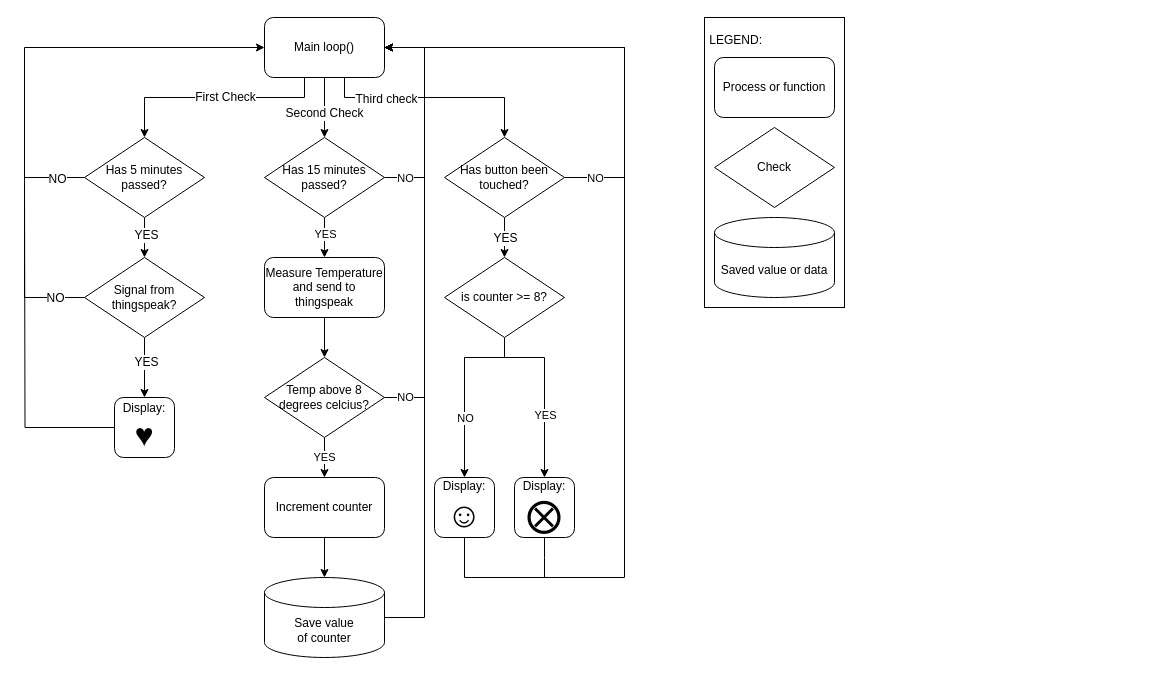
Before: diagrams/Project_flowchart.drawio in jonpodtu/SmartLunchbox, a draw.io diagram. Source tidied: cells renumbered, new cells numbered last; positions are measured from the earlier drawing's top-left corner, leaving out a move shared by most shapes. Both pictures are drawn from the tidied source at 100%, with x=0, y=0 at pixel (24, 17).
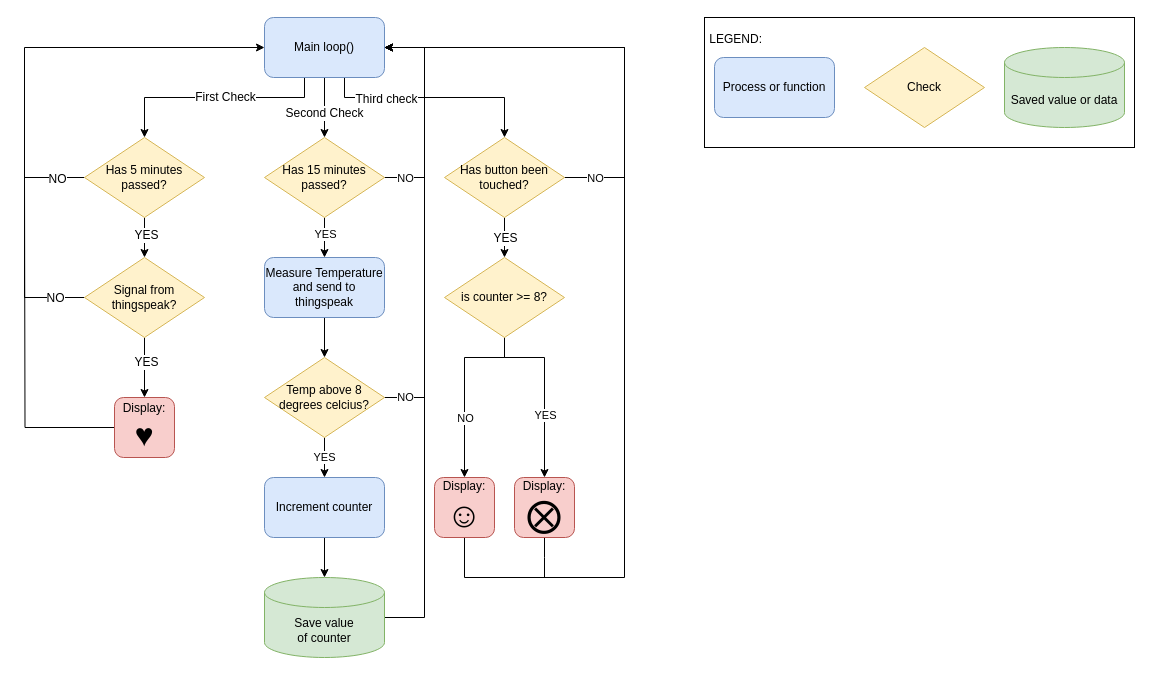
The same page after the edit.

The edit, as a diff of the source:
```diff
@@
-    <mxCell id="8" value="Main loop()" style="rounded=1;whiteSpace=wrap;html=1;" parent="1" vertex="1">
+    <mxCell id="8" value="Main loop()" style="rounded=1;whiteSpace=wrap;html=1;fillColor=#dae8fc;strokeColor=#6c8ebf;sketch=0;shadow=0;glass=0;" parent="1" vertex="1">
       <mxGeometry x="240" width="120" height="60" as="geometry" />
     </mxCell>
@@
-    <mxCell id="13" value="Has 15 minutes passed?" style="rhombus;whiteSpace=wrap;html=1;" parent="1" vertex="1">
+    <mxCell id="13" value="Has 15 minutes passed?" style="rhombus;whiteSpace=wrap;html=1;fillColor=#fff2cc;strokeColor=#d6b656;" parent="1" vertex="1">
       <mxGeometry x="240" y="120" width="120" height="80" as="geometry" />
     </mxCell>
@@
-    <mxCell id="15" value="Measure Temperature and send to thingspeak" style="rounded=1;whiteSpace=wrap;html=1;" parent="1" vertex="1">
+    <mxCell id="15" value="Measure Temperature and send to thingspeak" style="rounded=1;whiteSpace=wrap;html=1;fillColor=#dae8fc;strokeColor=#6c8ebf;" parent="1" vertex="1">
       <mxGeometry x="240" y="240" width="120" height="60" as="geometry" />
     </mxCell>
@@
-    <mxCell id="19" value="Temp above 8 degrees celcius?" style="rhombus;whiteSpace=wrap;html=1;" parent="1" vertex="1">
+    <mxCell id="19" value="Temp above 8 degrees celcius?" style="rhombus;whiteSpace=wrap;html=1;fillColor=#fff2cc;strokeColor=#d6b656;" parent="1" vertex="1">
       <mxGeometry x="240" y="340" width="120" height="80" as="geometry" />
     </mxCell>
@@
-    <mxCell id="21" value="Increment counter" style="rounded=1;whiteSpace=wrap;html=1;" parent="1" vertex="1">
+    <mxCell id="21" value="Increment counter" style="rounded=1;whiteSpace=wrap;html=1;fillColor=#dae8fc;strokeColor=#6c8ebf;" parent="1" vertex="1">
       <mxGeometry x="240" y="460" width="120" height="60" as="geometry" />
     </mxCell>
@@
-    <mxCell id="26" value="Has button been touched?" style="rhombus;whiteSpace=wrap;html=1;" parent="1" vertex="1">
+    <mxCell id="26" value="Has button been touched?" style="rhombus;whiteSpace=wrap;html=1;fillColor=#fff2cc;strokeColor=#d6b656;" parent="1" vertex="1">
       <mxGeometry x="420" y="120" width="120" height="80" as="geometry" />
     </mxCell>
@@
-    <mxCell id="28" value="Save value &lt;br&gt;of counter" style="shape=cylinder3;whiteSpace=wrap;html=1;boundedLbl=1;backgroundOutline=1;size=15;" parent="1" vertex="1">
+    <mxCell id="28" value="Save value &lt;br&gt;of counter" style="shape=cylinder3;whiteSpace=wrap;html=1;boundedLbl=1;backgroundOutline=1;size=15;fillColor=#d5e8d4;strokeColor=#82b366;" parent="1" vertex="1">
       <mxGeometry x="240" y="560" width="120" height="80" as="geometry" />
     </mxCell>
@@
-    <mxCell id="33" value="is counter &amp;gt;= 8?" style="rhombus;whiteSpace=wrap;html=1;" parent="1" vertex="1">
+    <mxCell id="33" value="is counter &amp;gt;= 8?" style="rhombus;whiteSpace=wrap;html=1;fillColor=#fff2cc;strokeColor=#d6b656;" parent="1" vertex="1">
       <mxGeometry x="420" y="240" width="120" height="80" as="geometry" />
     </mxCell>
@@
-    <mxCell id="35" value="&lt;font&gt;&lt;font style=&quot;font-size: 12px&quot;&gt;Display:&lt;/font&gt;&lt;br&gt;&lt;font style=&quot;font-size: 35px&quot;&gt;☺︎&lt;/font&gt;&lt;/font&gt;" style="rounded=1;whiteSpace=wrap;html=1;" parent="1" vertex="1">
+    <mxCell id="35" value="&lt;font&gt;&lt;font style=&quot;font-size: 12px&quot;&gt;Display:&lt;/font&gt;&lt;br&gt;&lt;font style=&quot;font-size: 35px&quot;&gt;☺︎&lt;/font&gt;&lt;/font&gt;" style="rounded=1;whiteSpace=wrap;html=1;fillColor=#f8cecc;strokeColor=#b85450;" parent="1" vertex="1">
       <mxGeometry x="410" y="460" width="60" height="60" as="geometry" />
     </mxCell>
@@
-    <mxCell id="37" value="&lt;font&gt;&lt;font style=&quot;font-size: 12px&quot;&gt;Display:&lt;/font&gt;&lt;br&gt;&lt;span style=&quot;font-size: 35px&quot;&gt;⨂&lt;/span&gt;&lt;/font&gt;" style="rounded=1;whiteSpace=wrap;html=1;" parent="1" vertex="1">
+    <mxCell id="37" value="&lt;font&gt;&lt;font style=&quot;font-size: 12px&quot;&gt;Display:&lt;/font&gt;&lt;br&gt;&lt;span style=&quot;font-size: 35px&quot;&gt;⨂&lt;/span&gt;&lt;/font&gt;" style="rounded=1;whiteSpace=wrap;html=1;fillColor=#f8cecc;strokeColor=#b85450;" parent="1" vertex="1">
       <mxGeometry x="490" y="460" width="60" height="60" as="geometry" />
     </mxCell>
@@
-    <mxCell id="42" value="Signal from thingspeak?" style="rhombus;whiteSpace=wrap;html=1;" parent="1" vertex="1">
+    <mxCell id="42" value="Signal from thingspeak?" style="rhombus;whiteSpace=wrap;html=1;fillColor=#fff2cc;strokeColor=#d6b656;" parent="1" vertex="1">
       <mxGeometry x="60" y="240" width="120" height="80" as="geometry" />
     </mxCell>
@@
-    <mxCell id="44" value="&lt;font&gt;&lt;font style=&quot;font-size: 12px&quot;&gt;Display:&lt;/font&gt;&lt;br&gt;&lt;font style=&quot;font-size: 32px&quot;&gt;♥︎&lt;/font&gt;&lt;br&gt;&lt;/font&gt;" style="rounded=1;whiteSpace=wrap;html=1;" parent="1" vertex="1">
+    <mxCell id="44" value="&lt;font&gt;&lt;font style=&quot;font-size: 12px&quot;&gt;Display:&lt;/font&gt;&lt;br&gt;&lt;font style=&quot;font-size: 32px&quot;&gt;♥︎&lt;/font&gt;&lt;br&gt;&lt;/font&gt;" style="rounded=1;whiteSpace=wrap;html=1;fillColor=#f8cecc;strokeColor=#b85450;" parent="1" vertex="1">
       <mxGeometry x="90" y="380" width="60" height="60" as="geometry" />
     </mxCell>
@@
-    <mxCell id="49" value="Has 5 minutes passed?" style="rhombus;whiteSpace=wrap;html=1;" parent="1" vertex="1">
+    <mxCell id="49" value="Has 5 minutes passed?" style="rhombus;whiteSpace=wrap;html=1;fillColor=#fff2cc;strokeColor=#d6b656;" parent="1" vertex="1">
       <mxGeometry x="60" y="120" width="120" height="80" as="geometry" />
     </mxCell>
-    <mxCell id="50" value="&amp;nbsp;LEGEND:&lt;br&gt;&lt;br&gt;&lt;br&gt;&lt;br&gt;&lt;br&gt;&lt;br&gt;&lt;br&gt;&lt;br&gt;&lt;br&gt;&lt;br&gt;&lt;br&gt;&lt;br&gt;&lt;br&gt;&lt;br&gt;&lt;br&gt;&lt;br&gt;&lt;br&gt;&lt;br&gt;" style="rounded=0;whiteSpace=wrap;html=1;fontSize=12;align=left;" parent="1" vertex="1">
-      <mxGeometry x="680" width="140" height="290" as="geometry" />
+    <mxCell id="50" value="&amp;nbsp;LEGEND:&lt;br&gt;&lt;br&gt;&lt;br&gt;&lt;br&gt;&lt;br&gt;&lt;br&gt;&lt;br&gt;" style="rounded=0;whiteSpace=wrap;html=1;fontSize=12;align=left;" parent="1" vertex="1">
+      <mxGeometry x="680" width="430" height="130" as="geometry" />
     </mxCell>
-    <mxCell id="51" value="Process or function" style="rounded=1;whiteSpace=wrap;html=1;fontSize=12;" parent="1" vertex="1">
+    <mxCell id="51" value="Process or function" style="rounded=1;whiteSpace=wrap;html=1;fontSize=12;fillColor=#dae8fc;strokeColor=#6c8ebf;" parent="1" vertex="1">
       <mxGeometry x="690" y="40" width="120" height="60" as="geometry" />
     </mxCell>
-    <mxCell id="52" value="Check" style="rhombus;whiteSpace=wrap;html=1;" parent="1" vertex="1">
-      <mxGeometry x="690" y="110" width="120" height="80" as="geometry" />
+    <mxCell id="52" value="Check" style="rhombus;whiteSpace=wrap;html=1;fillColor=#fff2cc;strokeColor=#d6b656;" parent="1" vertex="1">
+      <mxGeometry x="840" y="30" width="120" height="80" as="geometry" />
     </mxCell>
-    <mxCell id="53" value="Saved value or data" style="shape=cylinder3;whiteSpace=wrap;html=1;boundedLbl=1;backgroundOutline=1;size=15;fontSize=12;" parent="1" vertex="1">
-      <mxGeometry x="690" y="200" width="120" height="80" as="geometry" />
+    <mxCell id="53" value="Saved value or data" style="shape=cylinder3;whiteSpace=wrap;html=1;boundedLbl=1;backgroundOutline=1;size=15;fontSize=12;fillColor=#d5e8d4;strokeColor=#82b366;" parent="1" vertex="1">
+      <mxGeometry x="980" y="30" width="120" height="80" as="geometry" />
     </mxCell>
```
